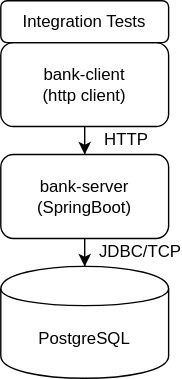
Above: spring-bank/docs/architecture.svg in jveverka/spring-examples (draw.io), before the change. Source tidied: cells renumbered, new cells last; positions are measured from the earlier drawing's top-left corner, leaving out a move shared by most shapes.
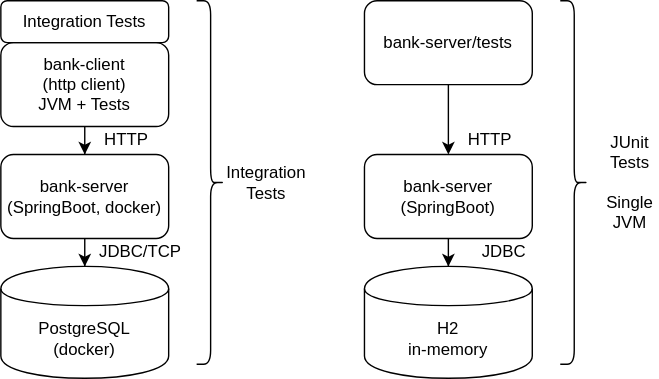
Later version of the same file.

The edit, as a diff of the source:
```diff
@@ -5,16 +5,16 @@
     <mxCell id="2" style="edgeStyle=orthogonalEdgeStyle;rounded=0;jettySize=auto;html=1;" parent="1" edge="1" source="3" target="5">
       <mxGeometry relative="1" as="geometry" />
     </mxCell>
-    <mxCell id="3" value="bank-client&lt;br&gt;(http client)" style="rounded=1;whiteSpace=wrap;html=1;" parent="1" vertex="1">
+    <mxCell id="3" value="bank-client&lt;br&gt;(http client)&lt;br&gt;JVM + Tests" style="rounded=1;whiteSpace=wrap;html=1;" parent="1" vertex="1">
       <mxGeometry y="30" width="120" height="60" as="geometry" />
     </mxCell>
     <mxCell id="4" style="edgeStyle=orthogonalEdgeStyle;rounded=0;jettySize=auto;html=1;" parent="1" edge="1" source="5" target="6">
       <mxGeometry relative="1" as="geometry" />
     </mxCell>
-    <mxCell id="5" value="bank-server&lt;br&gt;(SpringBoot)" style="rounded=1;whiteSpace=wrap;html=1;" parent="1" vertex="1">
+    <mxCell id="5" value="bank-server&lt;br&gt;(SpringBoot, docker)" style="rounded=1;whiteSpace=wrap;html=1;" parent="1" vertex="1">
       <mxGeometry y="110" width="120" height="60" as="geometry" />
     </mxCell>
-    <mxCell id="6" value="PostgreSQL" style="shape=cylinder;whiteSpace=wrap;html=1;boundedLbl=1;backgroundOutline=1;" parent="1" vertex="1">
+    <mxCell id="6" value="PostgreSQL&lt;br&gt;(docker)" style="shape=cylinder;whiteSpace=wrap;html=1;boundedLbl=1;backgroundOutline=1;" parent="1" vertex="1">
       <mxGeometry y="190" width="120" height="80" as="geometry" />
     </mxCell>
     <mxCell id="7" value="Integration Tests" style="rounded=1;whiteSpace=wrap;html=1;" parent="1" vertex="1">
@@ -26,5 +26,38 @@
     <mxCell id="9" value="HTTP" style="text;html=1;strokeColor=none;fillColor=none;align=center;verticalAlign=middle;whiteSpace=wrap;rounded=0;" parent="1" vertex="1">
       <mxGeometry x="70" y="90" width="40" height="20" as="geometry" />
     </mxCell>
+    <mxCell id="10" style="shape=curlyBracket;whiteSpace=wrap;html=1;rounded=1;rotation=-180;" parent="1" vertex="1">
+      <mxGeometry x="140" width="20" height="260" as="geometry" />
+    </mxCell>
+    <mxCell id="11" style="edgeStyle=orthogonalEdgeStyle;rounded=0;jettySize=auto;html=1;" parent="1" edge="1" source="12" target="14">
+      <mxGeometry relative="1" as="geometry" />
+    </mxCell>
+    <mxCell id="12" value="bank-server/tests" style="rounded=1;whiteSpace=wrap;html=1;" parent="1" vertex="1">
+      <mxGeometry x="260" width="120" height="60" as="geometry" />
+    </mxCell>
+    <mxCell id="13" style="edgeStyle=orthogonalEdgeStyle;rounded=0;jettySize=auto;html=1;" parent="1" edge="1" source="14" target="15">
+      <mxGeometry relative="1" as="geometry" />
+    </mxCell>
+    <mxCell id="14" value="bank-server&lt;br&gt;(SpringBoot)" style="rounded=1;whiteSpace=wrap;html=1;" parent="1" vertex="1">
+      <mxGeometry x="260" y="110" width="120" height="60" as="geometry" />
+    </mxCell>
+    <mxCell id="15" value="H2&lt;br&gt;in-memory" style="shape=cylinder;whiteSpace=wrap;html=1;boundedLbl=1;backgroundOutline=1;" parent="1" vertex="1">
+      <mxGeometry x="260" y="190" width="120" height="80" as="geometry" />
+    </mxCell>
+    <mxCell id="16" value="JDBC" style="text;html=1;strokeColor=none;fillColor=none;align=center;verticalAlign=middle;whiteSpace=wrap;rounded=0;" parent="1" vertex="1">
+      <mxGeometry x="340" y="170" width="40" height="20" as="geometry" />
+    </mxCell>
+    <mxCell id="17" value="HTTP" style="text;html=1;strokeColor=none;fillColor=none;align=center;verticalAlign=middle;whiteSpace=wrap;rounded=0;" parent="1" vertex="1">
+      <mxGeometry x="330" y="90" width="40" height="20" as="geometry" />
+    </mxCell>
+    <mxCell id="18" style="shape=curlyBracket;whiteSpace=wrap;html=1;rounded=1;rotation=-180;" parent="1" vertex="1">
+      <mxGeometry x="400" width="20" height="260" as="geometry" />
+    </mxCell>
+    <mxCell id="19" value="Integration&lt;br&gt;Tests" style="text;html=1;strokeColor=none;fillColor=none;align=center;verticalAlign=middle;whiteSpace=wrap;rounded=0;" parent="1" vertex="1">
+      <mxGeometry x="170" y="120" width="40" height="20" as="geometry" />
+    </mxCell>
+    <mxCell id="20" value="JUnit&lt;br&gt;Tests&lt;br&gt;&lt;br&gt;Single&lt;br&gt;JVM" style="text;html=1;strokeColor=none;fillColor=none;align=center;verticalAlign=middle;whiteSpace=wrap;rounded=0;" parent="1" vertex="1">
+      <mxGeometry x="430" y="120" width="40" height="20" as="geometry" />
+    </mxCell>
   </root>
 </mxGraphModel>
```
